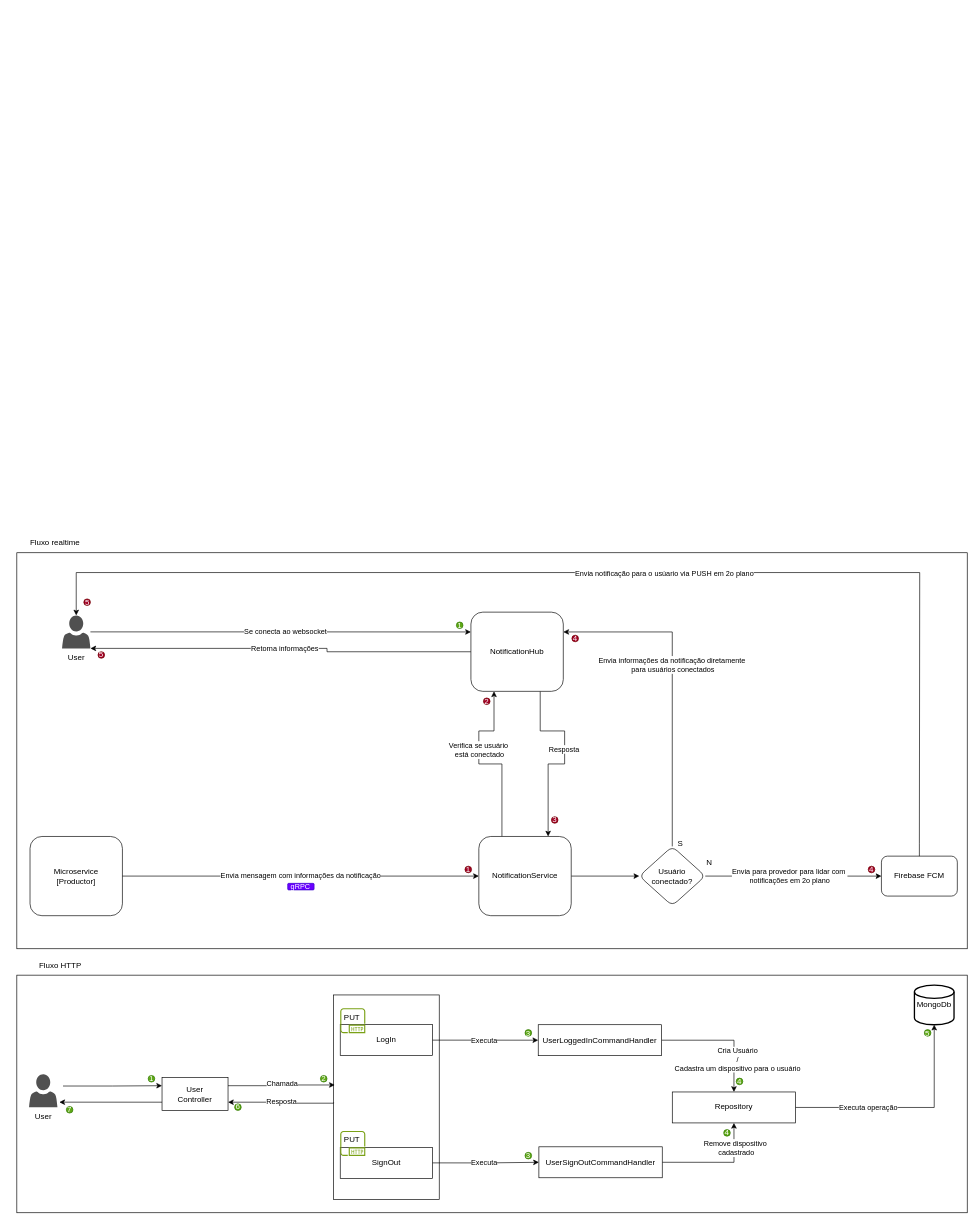
Earlier version of the draw.io diagram page "NotificationService" (16 of 35) of Architecture.drawio (AlanEdward19/ShapeUp). Source tidied: cells renumbered, new cells numbered last; positions are measured from the earlier drawing's top-left corner, leaving out a move shared by most shapes. Both pictures are drawn from the tidied source at 66%, with x=0, y=0 at pixel (11, 533).
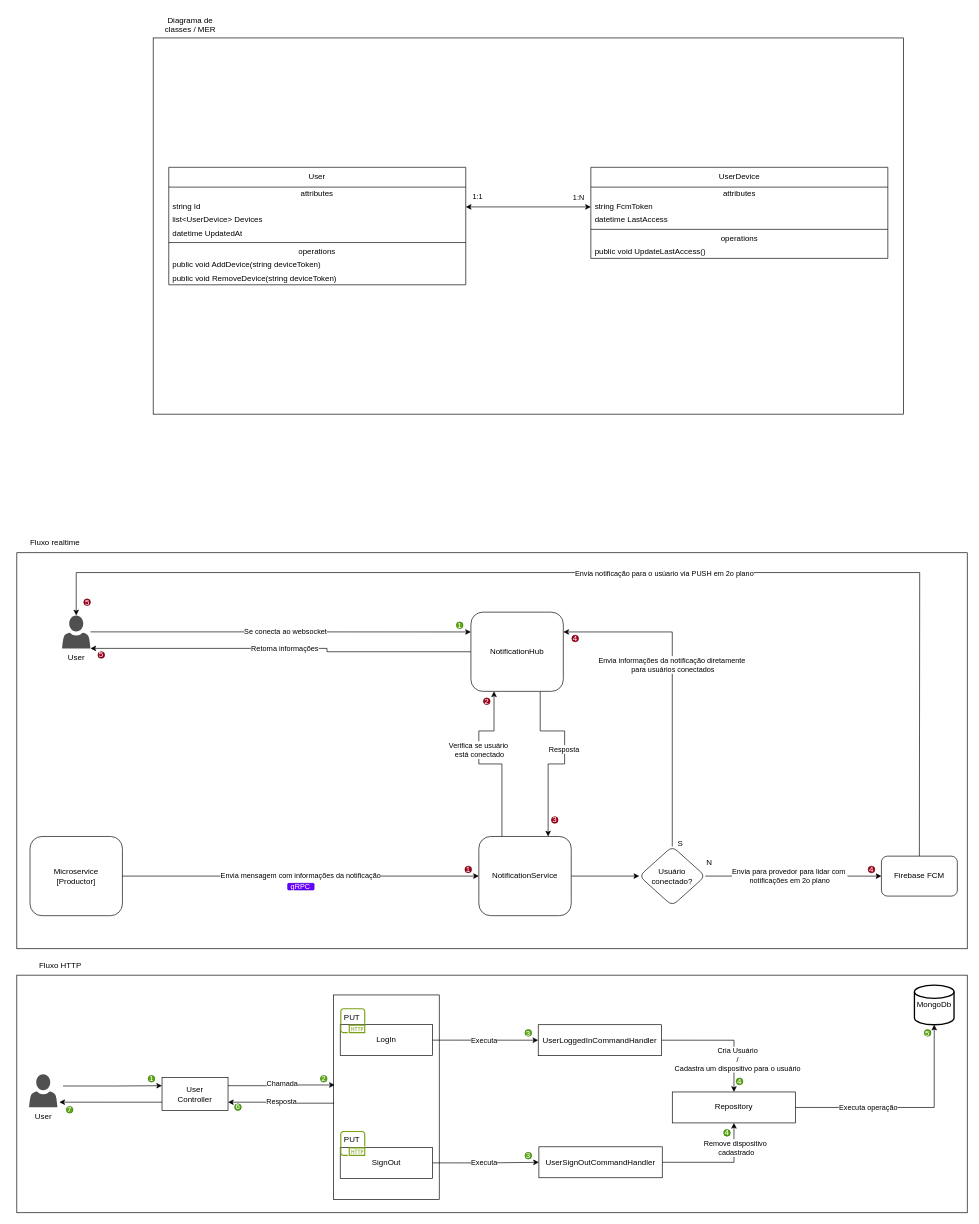
After the change.

Change to the diagram source:
```diff
@@
+    <mxCell id="82" style="whiteSpace=wrap;html=1;fillColor=none;" parent="1" vertex="1">
+      <mxGeometry x="214.6" y="-750" width="1136.8" height="570" as="geometry" />
+    </mxCell>
@@
+    <mxCell id="83" style="group;" parent="1" vertex="1">
+      <mxGeometry x="238.2" y="-554" width="1089.5" height="178" as="geometry" />
+    </mxCell>
+    <mxCell id="84" value="User" style="swimlane;fontStyle=0;align=center;verticalAlign=top;horizontal=1;startSize=30;html=1;whiteSpace=wrap;" parent="83" vertex="1">
+      <mxGeometry width="450" height="178" as="geometry" />
+    </mxCell>
+    <mxCell id="85" value="attributes" style="text;html=1;strokeColor=none;fillColor=none;align=center;verticalAlign=middle;spacingLeft=4;spacingRight=4;overflow=hidden;whiteSpace=wrap;" parent="84" vertex="1">
+      <mxGeometry y="30" width="450" height="20" as="geometry" />
+    </mxCell>
+    <mxCell id="86" value="string Id" style="text;html=1;strokeColor=none;fillColor=none;align=left;verticalAlign=middle;spacingLeft=4;spacingRight=4;overflow=hidden;points=[[0,0.5],[1,0.5]];portConstraint=eastwest;whiteSpace=wrap;" parent="84" vertex="1">
+      <mxGeometry y="50" width="450" height="20" as="geometry" />
+    </mxCell>
+    <mxCell id="87" value="list&amp;lt;UserDevice&amp;gt; Devices" style="text;html=1;strokeColor=none;fillColor=none;align=left;verticalAlign=middle;spacingLeft=4;spacingRight=4;overflow=hidden;whiteSpace=wrap;" parent="84" vertex="1">
+      <mxGeometry y="70" width="450" height="20" as="geometry" />
+    </mxCell>
+    <mxCell id="88" value="datetime UpdatedAt" style="text;html=1;strokeColor=none;fillColor=none;align=left;verticalAlign=middle;spacingLeft=4;spacingRight=4;overflow=hidden;whiteSpace=wrap;" parent="84" vertex="1">
+      <mxGeometry y="90" width="450" height="20" as="geometry" />
+    </mxCell>
+    <mxCell id="89" style="line;strokeWidth=1;fillColor=none;align=left;verticalAlign=middle;spacingTop=-1;spacingLeft=3;spacingRight=3;labelPosition=right;" parent="84" vertex="1">
+      <mxGeometry y="110" width="450" height="8" as="geometry" />
+    </mxCell>
+    <mxCell id="90" value="operations" style="text;html=1;strokeColor=none;fillColor=none;align=center;verticalAlign=middle;spacingLeft=4;spacingRight=4;overflow=hidden;whiteSpace=wrap;" parent="84" vertex="1">
+      <mxGeometry y="118" width="450" height="20" as="geometry" />
+    </mxCell>
+    <mxCell id="91" value="public void AddDevice(string deviceToken)" style="text;html=1;strokeColor=none;fillColor=none;align=left;verticalAlign=middle;spacingLeft=4;spacingRight=4;overflow=hidden;whiteSpace=wrap;" parent="84" vertex="1">
+      <mxGeometry y="138" width="450" height="20" as="geometry" />
+    </mxCell>
+    <mxCell id="92" value="public void RemoveDevice(string deviceToken)" style="text;html=1;strokeColor=none;fillColor=none;align=left;verticalAlign=middle;spacingLeft=4;spacingRight=4;overflow=hidden;whiteSpace=wrap;" parent="84" vertex="1">
+      <mxGeometry y="158" width="450" height="20" as="geometry" />
+    </mxCell>
+    <mxCell id="93" value="UserDevice" style="swimlane;fontStyle=0;align=center;verticalAlign=top;horizontal=1;startSize=30;html=1;whiteSpace=wrap;" parent="83" vertex="1">
+      <mxGeometry x="639.5" width="450" height="138" as="geometry" />
+    </mxCell>
+    <mxCell id="94" value="attributes" style="text;html=1;strokeColor=none;fillColor=none;align=center;verticalAlign=middle;spacingLeft=4;spacingRight=4;overflow=hidden;whiteSpace=wrap;" parent="93" vertex="1">
+      <mxGeometry y="30" width="450" height="20" as="geometry" />
+    </mxCell>
+    <mxCell id="95" value="string FcmToken" style="text;html=1;strokeColor=none;fillColor=none;align=left;verticalAlign=middle;spacingLeft=4;spacingRight=4;overflow=hidden;points=[[0,0.5],[1,0.5]];portConstraint=eastwest;whiteSpace=wrap;" parent="93" vertex="1">
+      <mxGeometry y="50" width="450" height="20" as="geometry" />
+    </mxCell>
+    <mxCell id="96" value="datetime LastAccess" style="text;html=1;strokeColor=none;fillColor=none;align=left;verticalAlign=middle;spacingLeft=4;spacingRight=4;overflow=hidden;whiteSpace=wrap;" parent="93" vertex="1">
+      <mxGeometry y="70" width="450" height="20" as="geometry" />
+    </mxCell>
+    <mxCell id="97" style="line;strokeWidth=1;fillColor=none;align=left;verticalAlign=middle;spacingTop=-1;spacingLeft=3;spacingRight=3;labelPosition=right;" parent="93" vertex="1">
+      <mxGeometry y="90" width="450" height="8" as="geometry" />
+    </mxCell>
+    <mxCell id="98" value="operations" style="text;html=1;strokeColor=none;fillColor=none;align=center;verticalAlign=middle;spacingLeft=4;spacingRight=4;overflow=hidden;whiteSpace=wrap;" parent="93" vertex="1">
+      <mxGeometry y="98" width="450" height="20" as="geometry" />
+    </mxCell>
+    <mxCell id="99" value="public void UpdateLastAccess()" style="text;html=1;strokeColor=none;fillColor=none;align=left;verticalAlign=middle;spacingLeft=4;spacingRight=4;overflow=hidden;whiteSpace=wrap;" parent="93" vertex="1">
+      <mxGeometry y="118" width="450" height="20" as="geometry" />
+    </mxCell>
+    <mxCell id="100" style="edgeStyle=orthogonalEdgeStyle;rounded=0;jettySize=auto;html=1;exitX=1;exitY=0.5;exitDx=0;exitDy=0;entryX=0;entryY=0.5;entryDx=0;entryDy=0;startArrow=classic;startFill=1;" parent="83" edge="1" source="86" target="95">
+      <mxGeometry relative="1" as="geometry" />
+    </mxCell>
+    <mxCell id="101" value="1:N" style="edgeLabel;html=1;align=center;verticalAlign=middle;" parent="100" vertex="1">
+      <mxGeometry x="0.8" y="1" relative="1" as="geometry">
+        <mxPoint x="-1" y="-14" as="offset" />
+      </mxGeometry>
+    </mxCell>
+    <mxCell id="102" value="1:1" style="edgeLabel;html=1;align=center;verticalAlign=middle;" parent="100" vertex="1">
+      <mxGeometry x="-0.65" y="-2" relative="1" as="geometry">
+        <mxPoint x="-16" y="-19" as="offset" />
+      </mxGeometry>
+    </mxCell>
+    <mxCell id="103" value="&lt;div style=&quot;text-align: center;&quot;&gt;Diagrama de classes / MER&lt;/div&gt;" style="text;whiteSpace=wrap;html=1;" parent="1" vertex="1">
+      <mxGeometry x="214.6" y="-790" width="110" height="40" as="geometry" />
+    </mxCell>
```
